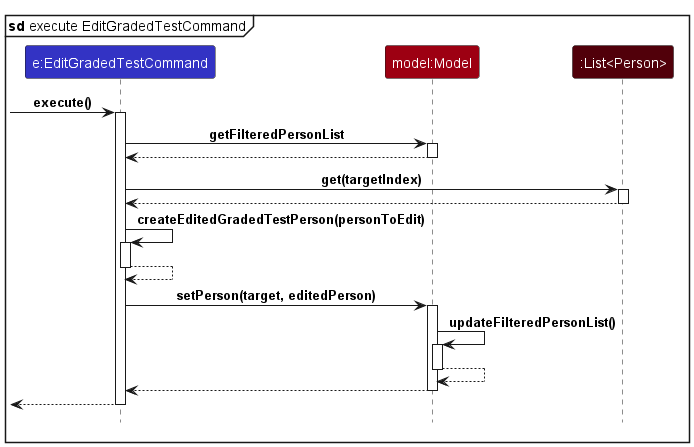
Above: docs/images/EditGradedTestSequenceDiagram.png in raydenlim/tp (PlantUML), before the change.
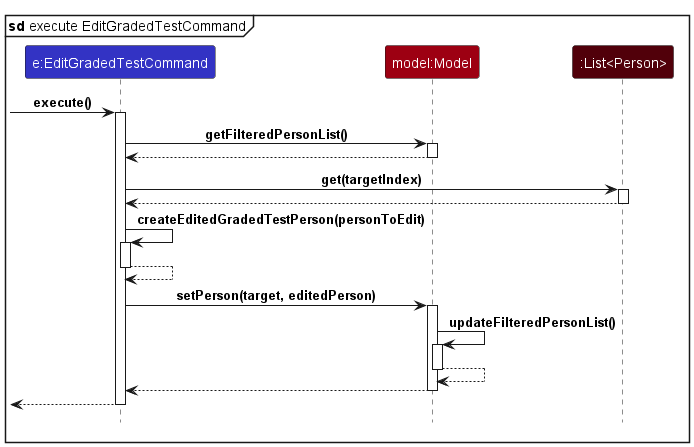
After the change.

What changed in the source:
```diff
@@ -13,7 +13,7 @@
 [-> EditGradedTestCommand : execute()
 activate EditGradedTestCommand
 
-EditGradedTestCommand -> Model : getFilteredPersonList
+EditGradedTestCommand -> Model : getFilteredPersonList()
 activate Model
 
 Model ---> EditGradedTestCommand
```
